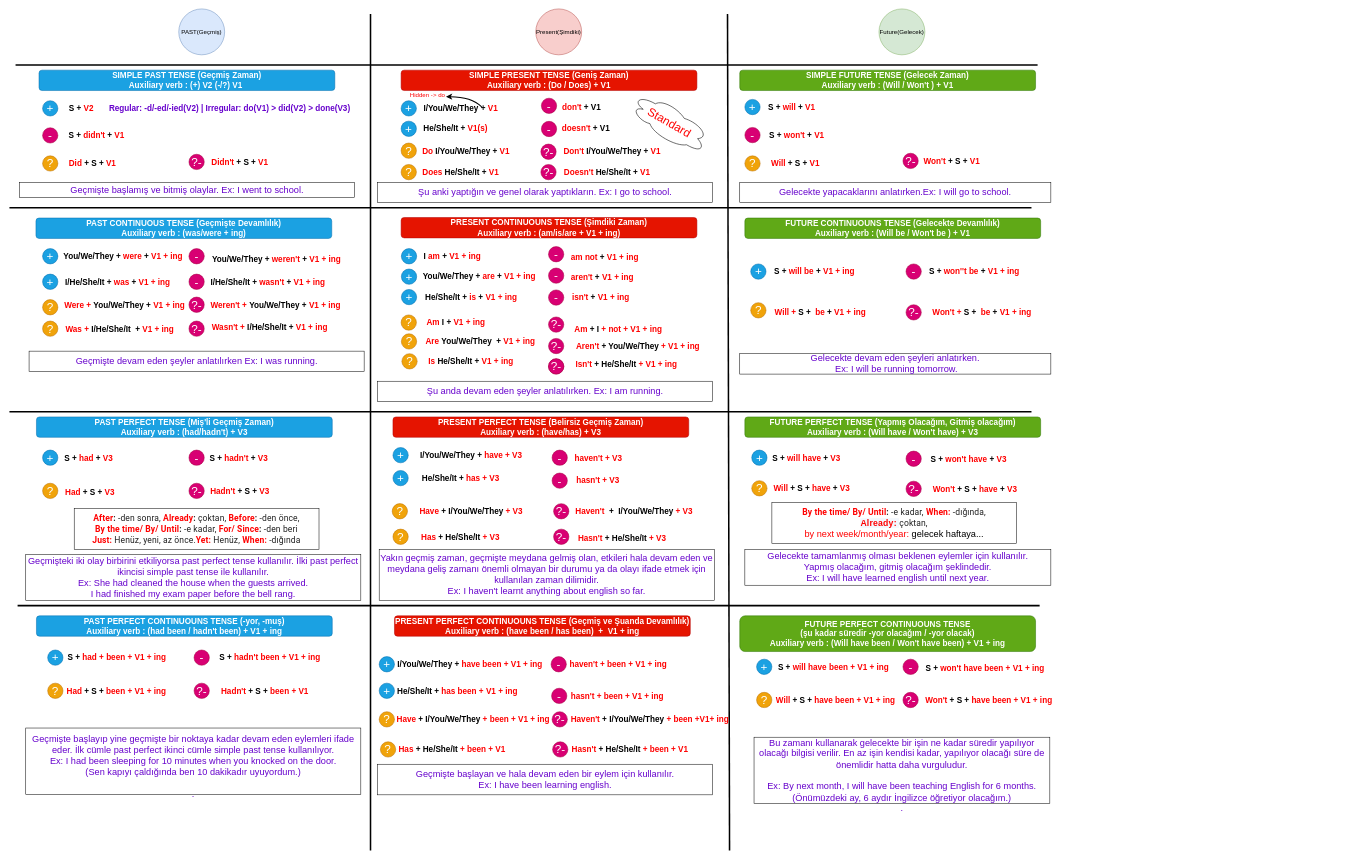
The draw.io diagram 12-english-tenses-formula.drawio in muratcakmaksoftware/english-formula-diagrams, before the edit. Source tidied: cells renumbered, new cells numbered last; positions are measured from the earlier drawing's top-left corner, leaving out a move shared by most shapes. Both pictures are drawn from the tidied source at 51%, with x=0, y=0 at pixel (9, 9).
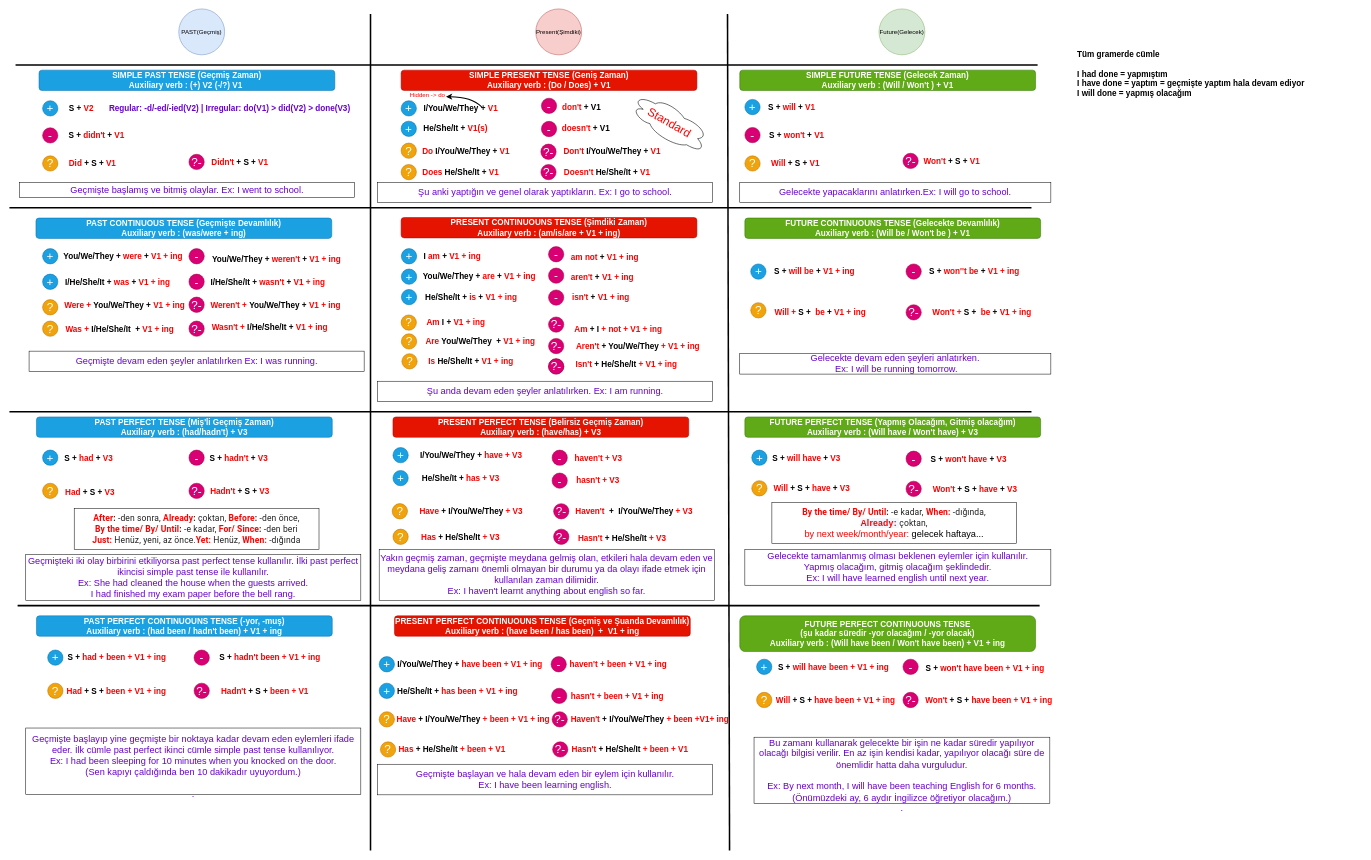
The same page after the edit.

The edit, as a diff of the source:
```diff
@@
+    <mxCell id="186" value="&lt;div&gt;&lt;b&gt;Tüm gramerde cümle&lt;/b&gt;&lt;/div&gt;&lt;div&gt;&lt;b&gt;&lt;br&gt;&lt;/b&gt;&lt;/div&gt;&lt;div&gt;&lt;b&gt;I had done = yapmıştım&lt;/b&gt;&lt;/div&gt;&lt;div&gt;&lt;b&gt;I have done = yaptım = geçmişte yaptım hala devam ediyor&lt;/b&gt;&lt;/div&gt;&lt;div&gt;&lt;b&gt;I will done = yapmış olacağım&lt;/b&gt;&lt;/div&gt;" style="text;html=1;strokeColor=none;fillColor=none;align=left;verticalAlign=middle;whiteSpace=wrap;rounded=0;labelBackgroundColor=none;fontSize=16;fontStyle=0;" parent="1" vertex="1">
+      <mxGeometry x="2092" y="29.4" width="560" height="195" as="geometry" />
+    </mxCell>
```
